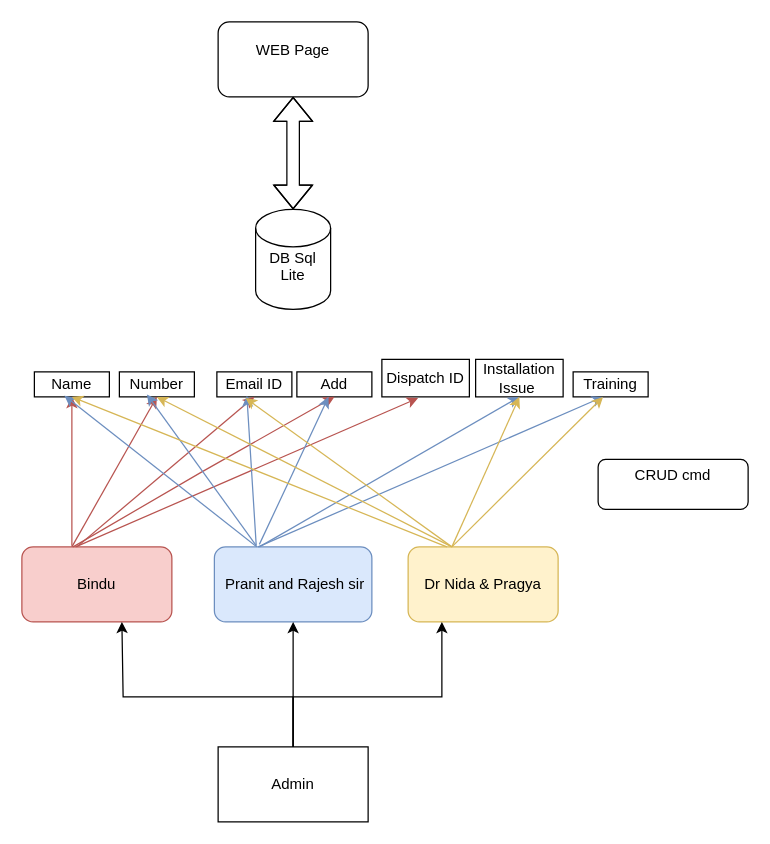
The draw.io diagram Untitled Diagram.drawio in pranitbhale99/hompath_admin, before the edit. Source tidied: cells renumbered, new cells numbered last; positions are measured from the earlier drawing's top-left corner, leaving out a move shared by most shapes. Both pictures are drawn from the tidied source at 125%, with x=0, y=0 at pixel (21, 21).
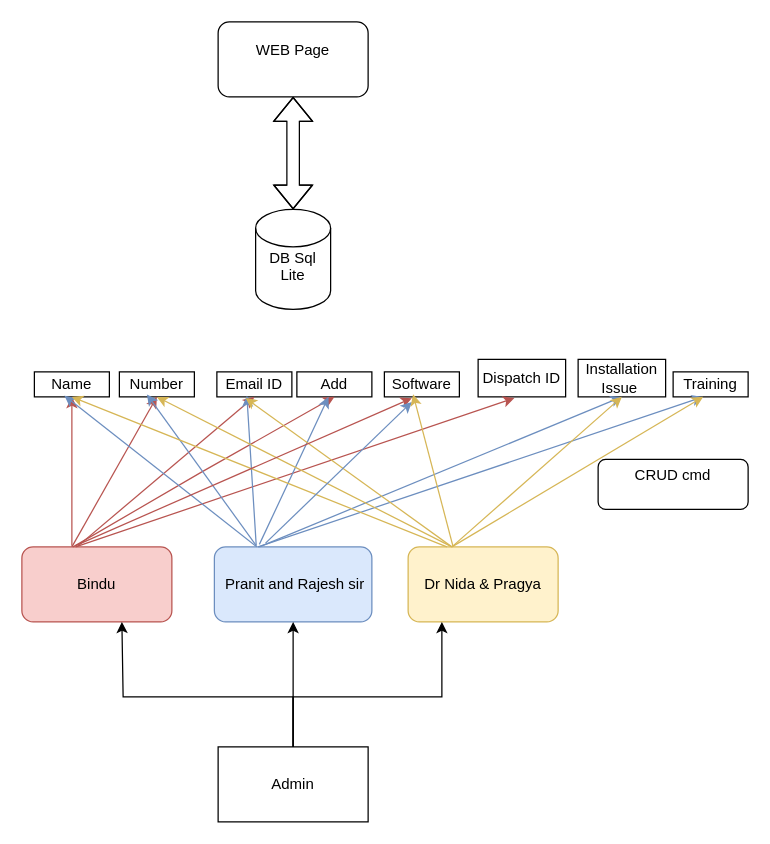
The same page after the edit.

The change refers to these unchanged cells:
```xml
<mxCell id="5" value="&amp;nbsp;Pranit and Rajesh sir" style="rounded=1;whiteSpace=wrap;html=1;fillColor=#dae8fc;strokeColor=#6c8ebf;" parent="1" vertex="1">
  <mxGeometry x="154" y="420" width="126" height="60" as="geometry" />
</mxCell>
<mxCell id="14" value="Bindu" style="rounded=1;whiteSpace=wrap;html=1;fillColor=#f8cecc;strokeColor=#b85450;" parent="1" vertex="1">
  <mxGeometry y="420" width="120" height="60" as="geometry" />
</mxCell>
```

Change to the diagram source:
```diff
@@
     <mxCell id="9" value="Installation Issue&amp;nbsp;" style="rounded=0;whiteSpace=wrap;html=1;" parent="1" vertex="1">
-      <mxGeometry x="363" y="270" width="70" height="30" as="geometry" />
+      <mxGeometry x="445" y="270" width="70" height="30" as="geometry" />
     </mxCell>
     <mxCell id="10" value="Training" style="rounded=0;whiteSpace=wrap;html=1;" parent="1" vertex="1">
-      <mxGeometry x="441" y="280" width="60" height="20" as="geometry" />
+      <mxGeometry x="521" y="280" width="60" height="20" as="geometry" />
     </mxCell>
     <mxCell id="11" value="Dispatch ID" style="rounded=0;whiteSpace=wrap;html=1;" parent="1" vertex="1">
-      <mxGeometry x="288" y="270" width="70" height="30" as="geometry" />
+      <mxGeometry x="365" y="270" width="70" height="30" as="geometry" />
     </mxCell>
@@
+    <mxCell id="36" value="Software" style="rounded=0;whiteSpace=wrap;html=1;" parent="1" vertex="1">
+      <mxGeometry x="290" y="280" width="60" height="20" as="geometry" />
+    </mxCell>
+    <mxCell id="37" style="endArrow=classic;html=1;rounded=0;fillColor=#f8cecc;strokeColor=#b85450;startSize=14;entryX=0.367;entryY=1.05;entryDx=0;entryDy=0;exitX=0.358;exitY=-0.017;exitDx=0;exitDy=0;exitPerimeter=0;entryPerimeter=0;" parent="1" edge="1" source="14" target="36">
+      <mxGeometry relative="1" as="geometry" />
+    </mxCell>
+    <mxCell id="38" style="endArrow=classic;html=1;rounded=0;fillColor=#dae8fc;strokeColor=#6c8ebf;startSize=14;entryX=0.367;entryY=1.2;entryDx=0;entryDy=0;entryPerimeter=0;exitX=0.325;exitY=-0.05;exitDx=0;exitDy=0;exitPerimeter=0;" parent="1" edge="1" source="5" target="36">
+      <mxGeometry relative="1" as="geometry" />
+    </mxCell>
+    <mxCell id="39" style="endArrow=classic;html=1;rounded=0;fillColor=#fff2cc;strokeColor=#d6b656;entryX=0.383;entryY=0.9;entryDx=0;entryDy=0;entryPerimeter=0;" parent="1" edge="1" target="36">
+      <mxGeometry relative="1" as="geometry">
+        <mxPoint x="345" y="420" as="sourcePoint" />
+      </mxGeometry>
+    </mxCell>
```
